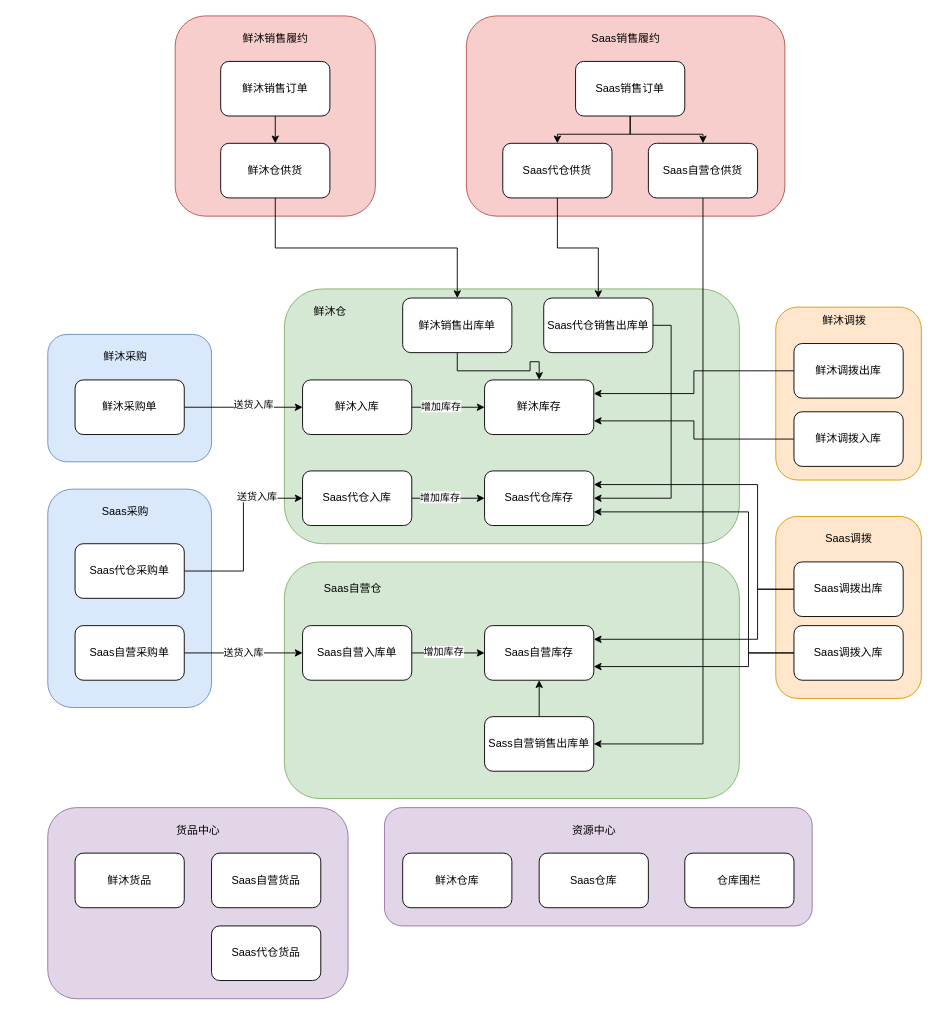
zzqfsy/zzqfsy.github.io keeps this draw.io diagram as draw.io/Saas化数据流.drawio. Above is the earlier version. Source tidied: cells renumbered, new cells numbered last; positions are measured from the earlier drawing's top-left corner, leaving out a move shared by most shapes. Both pictures are drawn from the tidied source at 91%, with x=0, y=0 at pixel (47, 15).
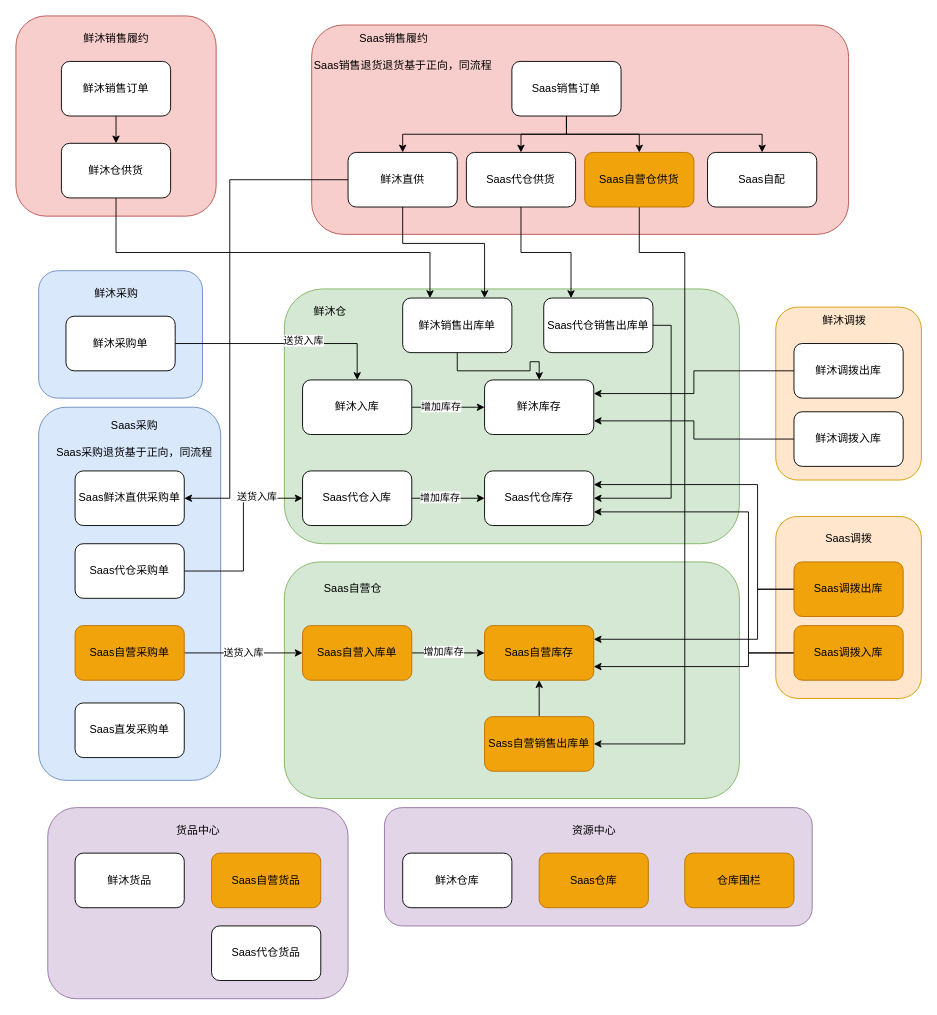
The same diagram, later.

Commit message (it also covers changes not shown here):
更新Saas化数据流.drawio

The change refers to these unchanged cells:
```xml
<mxCell id="29" value="鲜沐入库" style="rounded=1;whiteSpace=wrap;html=1;" parent="1" vertex="1">
  <mxGeometry x="280" y="400" width="120" height="60" as="geometry" />
</mxCell>
<mxCell id="71" value="Saas代仓销售出库单" style="rounded=1;whiteSpace=wrap;html=1;" parent="1" vertex="1">
  <mxGeometry x="545" y="310" width="120" height="60" as="geometry" />
</mxCell>
<mxCell id="73" value="鲜沐销售出库单" style="rounded=1;whiteSpace=wrap;html=1;" parent="1" vertex="1">
  <mxGeometry x="390" y="310" width="120" height="60" as="geometry" />
</mxCell>
```

The edit, as a diff of the source:
```diff
@@
     <mxCell id="3" style="rounded=1;whiteSpace=wrap;html=1;fillColor=#f8cecc;strokeColor=#b85450;" parent="1" vertex="1">
-      <mxGeometry x="460" width="350" height="220" as="geometry" />
+      <mxGeometry x="290" y="10" width="590" height="230" as="geometry" />
     </mxCell>
     <mxCell id="4" style="rounded=1;whiteSpace=wrap;html=1;fillColor=#f8cecc;strokeColor=#b85450;" parent="1" vertex="1">
-      <mxGeometry x="140" width="220" height="220" as="geometry" />
+      <mxGeometry x="-35" width="220" height="220" as="geometry" />
     </mxCell>
@@
     <mxCell id="9" style="rounded=1;whiteSpace=wrap;html=1;fillColor=#dae8fc;strokeColor=#6c8ebf;" parent="1" vertex="1">
-      <mxGeometry y="520" width="180" height="240" as="geometry" />
+      <mxGeometry x="-10" y="430" width="200" height="410" as="geometry" />
     </mxCell>
     <mxCell id="10" style="rounded=1;whiteSpace=wrap;html=1;fillColor=#dae8fc;strokeColor=#6c8ebf;" parent="1" vertex="1">
-      <mxGeometry y="350" width="180" height="140" as="geometry" />
+      <mxGeometry x="-10" y="280" width="180" height="140" as="geometry" />
     </mxCell>
@@
-    <mxCell id="14" value="Saas自营库存" style="rounded=1;whiteSpace=wrap;html=1;" parent="1" vertex="1">
+    <mxCell id="14" value="Saas自营库存" style="rounded=1;whiteSpace=wrap;html=1;fillColor=#f0a30a;fontColor=#000000;strokeColor=#BD7000;" parent="1" vertex="1">
       <mxGeometry x="480" y="670" width="120" height="60" as="geometry" />
     </mxCell>
@@
-    <mxCell id="17" style="edgeStyle=orthogonalEdgeStyle;rounded=0;jettySize=auto;html=1;exitX=1;exitY=0.5;exitDx=0;exitDy=0;" parent="1" edge="1" source="19">
-      <mxGeometry relative="1" as="geometry">
-        <mxPoint x="280" y="430" as="targetPoint" />
-      </mxGeometry>
+    <mxCell id="17" style="edgeStyle=orthogonalEdgeStyle;rounded=0;jettySize=auto;html=1;exitX=1;exitY=0.5;exitDx=0;exitDy=0;" parent="1" edge="1" source="19" target="29">
+      <mxGeometry relative="1" as="geometry" />
     </mxCell>
@@
     <mxCell id="19" value="鲜沐采购单" style="rounded=1;whiteSpace=wrap;html=1;" parent="1" vertex="1">
-      <mxGeometry x="30" y="400" width="120" height="60" as="geometry" />
+      <mxGeometry x="20" y="330" width="120" height="60" as="geometry" />
     </mxCell>
@@
-    <mxCell id="24" value="Saas自营采购单" style="rounded=1;whiteSpace=wrap;html=1;" parent="1" vertex="1">
+    <mxCell id="24" value="Saas自营采购单" style="rounded=1;whiteSpace=wrap;html=1;fillColor=#f0a30a;fontColor=#000000;strokeColor=#BD7000;" parent="1" vertex="1">
       <mxGeometry x="30" y="670" width="120" height="60" as="geometry" />
     </mxCell>
     <mxCell id="25" value="鲜沐采购" style="text;html=1;align=center;verticalAlign=middle;strokeColor=none;fillColor=none;" parent="1" vertex="1">
-      <mxGeometry x="50" y="360" width="70" height="30" as="geometry" />
+      <mxGeometry x="40" y="290" width="70" height="30" as="geometry" />
     </mxCell>
     <mxCell id="26" value="Saas采购" style="text;html=1;align=center;verticalAlign=middle;strokeColor=none;fillColor=none;" parent="1" vertex="1">
-      <mxGeometry x="50" y="530" width="70" height="30" as="geometry" />
+      <mxGeometry x="60" y="435" width="70" height="30" as="geometry" />
     </mxCell>
@@
-    <mxCell id="35" value="Saas自营入库单" style="rounded=1;whiteSpace=wrap;html=1;" parent="1" vertex="1">
+    <mxCell id="35" value="Saas自营入库单" style="rounded=1;whiteSpace=wrap;html=1;fillColor=#f0a30a;fontColor=#000000;strokeColor=#BD7000;" parent="1" vertex="1">
       <mxGeometry x="280" y="670" width="120" height="60" as="geometry" />
     </mxCell>
@@
-    <mxCell id="37" value="Saas自营货品" style="rounded=1;whiteSpace=wrap;html=1;" parent="1" vertex="1">
+    <mxCell id="37" value="Saas自营货品" style="rounded=1;whiteSpace=wrap;html=1;fillColor=#f0a30a;fontColor=#000000;strokeColor=#BD7000;" parent="1" vertex="1">
       <mxGeometry x="180" y="920" width="120" height="60" as="geometry" />
     </mxCell>
@@
-    <mxCell id="40" value="Saas仓库" style="rounded=1;whiteSpace=wrap;html=1;" parent="1" vertex="1">
+    <mxCell id="40" value="Saas仓库" style="rounded=1;whiteSpace=wrap;html=1;fillColor=#f0a30a;fontColor=#000000;strokeColor=#BD7000;" parent="1" vertex="1">
       <mxGeometry x="540" y="920" width="120" height="60" as="geometry" />
     </mxCell>
@@
-    <mxCell id="42" value="仓库围栏" style="rounded=1;whiteSpace=wrap;html=1;" parent="1" vertex="1">
+    <mxCell id="42" value="仓库围栏" style="rounded=1;whiteSpace=wrap;html=1;fillColor=#f0a30a;fontColor=#000000;strokeColor=#BD7000;" parent="1" vertex="1">
       <mxGeometry x="700" y="920" width="120" height="60" as="geometry" />
     </mxCell>
@@
-    <mxCell id="45" value="Saas调拨出库" style="rounded=1;whiteSpace=wrap;html=1;" parent="1" vertex="1">
+    <mxCell id="45" value="Saas调拨出库" style="rounded=1;whiteSpace=wrap;html=1;fillColor=#f0a30a;fontColor=#000000;strokeColor=#BD7000;" parent="1" vertex="1">
       <mxGeometry x="820" y="600" width="120" height="60" as="geometry" />
     </mxCell>
@@
-    <mxCell id="48" value="Saas调拨入库" style="rounded=1;whiteSpace=wrap;html=1;" parent="1" vertex="1">
+    <mxCell id="48" value="Saas调拨入库" style="rounded=1;whiteSpace=wrap;html=1;fillColor=#f0a30a;fontColor=#000000;strokeColor=#BD7000;" parent="1" vertex="1">
       <mxGeometry x="820" y="670" width="120" height="60" as="geometry" />
     </mxCell>
@@
     <mxCell id="56" value="鲜沐销售订单" style="rounded=1;whiteSpace=wrap;html=1;" parent="1" vertex="1">
-      <mxGeometry x="190" y="50" width="120" height="60" as="geometry" />
+      <mxGeometry x="15" y="50" width="120" height="60" as="geometry" />
     </mxCell>
@@
+    <mxCell id="75" style="edgeStyle=orthogonalEdgeStyle;rounded=0;jettySize=auto;html=1;exitX=0.5;exitY=1;exitDx=0;exitDy=0;" parent="1" edge="1" source="59" target="81">
+      <mxGeometry relative="1" as="geometry" />
+    </mxCell>
+    <mxCell id="76" style="edgeStyle=orthogonalEdgeStyle;rounded=0;jettySize=auto;html=1;exitX=0.5;exitY=1;exitDx=0;exitDy=0;" parent="1" edge="1" source="59" target="82">
+      <mxGeometry relative="1" as="geometry" />
+    </mxCell>
     <mxCell id="59" value="Saas销售订单" style="rounded=1;whiteSpace=wrap;html=1;" parent="1" vertex="1">
-      <mxGeometry x="580" y="50" width="120" height="60" as="geometry" />
+      <mxGeometry x="510" y="50" width="120" height="60" as="geometry" />
     </mxCell>
-    <mxCell id="60" style="edgeStyle=orthogonalEdgeStyle;rounded=0;jettySize=auto;html=1;exitX=0.5;exitY=1;exitDx=0;exitDy=0;" parent="1" edge="1" source="61" target="71">
+    <mxCell id="60" style="edgeStyle=orthogonalEdgeStyle;rounded=0;jettySize=auto;html=1;exitX=0.5;exitY=1;exitDx=0;exitDy=0;entryX=0.25;entryY=0;entryDx=0;entryDy=0;" parent="1" edge="1" source="61" target="71">
       <mxGeometry relative="1" as="geometry" />
     </mxCell>
     <mxCell id="61" value="Saas代仓供货" style="rounded=1;whiteSpace=wrap;html=1;" parent="1" vertex="1">
-      <mxGeometry x="500" y="140" width="120" height="60" as="geometry" />
+      <mxGeometry x="460" y="150" width="120" height="60" as="geometry" />
     </mxCell>
-    <mxCell id="62" style="edgeStyle=orthogonalEdgeStyle;rounded=0;jettySize=auto;html=1;exitX=0.5;exitY=1;exitDx=0;exitDy=0;" parent="1" edge="1" source="63" target="73">
-      <mxGeometry relative="1" as="geometry" />
+    <mxCell id="62" style="edgeStyle=orthogonalEdgeStyle;rounded=0;jettySize=auto;html=1;exitX=0.5;exitY=1;exitDx=0;exitDy=0;entryX=0.25;entryY=0;entryDx=0;entryDy=0;" parent="1" edge="1" source="63" target="73">
+      <mxGeometry relative="1" as="geometry">
+        <Array as="points">
+          <mxPoint x="75" y="260" />
+          <mxPoint x="420" y="260" />
+        </Array>
+      </mxGeometry>
     </mxCell>
     <mxCell id="63" value="鲜沐仓供货" style="rounded=1;whiteSpace=wrap;html=1;" parent="1" vertex="1">
-      <mxGeometry x="190" y="140" width="120" height="60" as="geometry" />
+      <mxGeometry x="15" y="140" width="120" height="60" as="geometry" />
     </mxCell>
     <mxCell id="64" style="edgeStyle=orthogonalEdgeStyle;rounded=0;jettySize=auto;html=1;exitX=0.5;exitY=1;exitDx=0;exitDy=0;entryX=1;entryY=0.5;entryDx=0;entryDy=0;" parent="1" edge="1" source="65" target="69">
-      <mxGeometry relative="1" as="geometry" />
+      <mxGeometry relative="1" as="geometry">
+        <Array as="points">
+          <mxPoint x="650" y="260" />
+          <mxPoint x="700" y="260" />
+          <mxPoint x="700" y="800" />
+        </Array>
+      </mxGeometry>
     </mxCell>
-    <mxCell id="65" value="Saas自营仓供货" style="rounded=1;whiteSpace=wrap;html=1;" parent="1" vertex="1">
-      <mxGeometry x="660" y="140" width="120" height="60" as="geometry" />
+    <mxCell id="65" value="Saas自营仓供货" style="rounded=1;whiteSpace=wrap;html=1;fillColor=#f0a30a;fontColor=#000000;strokeColor=#BD7000;" parent="1" vertex="1">
+      <mxGeometry x="590" y="150" width="120" height="60" as="geometry" />
     </mxCell>
     <mxCell id="66" value="鲜沐销售履约" style="text;html=1;align=center;verticalAlign=middle;strokeColor=none;fillColor=none;" parent="1" vertex="1">
-      <mxGeometry x="200" y="10" width="100" height="30" as="geometry" />
+      <mxGeometry x="25" y="10" width="100" height="30" as="geometry" />
     </mxCell>
     <mxCell id="67" value="Saas销售履约" style="text;html=1;align=center;verticalAlign=middle;strokeColor=none;fillColor=none;" parent="1" vertex="1">
-      <mxGeometry x="585" y="10" width="100" height="30" as="geometry" />
+      <mxGeometry x="330" y="10" width="100" height="30" as="geometry" />
     </mxCell>
@@
-    <mxCell id="69" value="Sass自营销售出库单" style="rounded=1;whiteSpace=wrap;html=1;" parent="1" vertex="1">
+    <mxCell id="69" value="Sass自营销售出库单" style="rounded=1;whiteSpace=wrap;html=1;fillColor=#f0a30a;fontColor=#000000;strokeColor=#BD7000;" parent="1" vertex="1">
       <mxGeometry x="480" y="770" width="120" height="60" as="geometry" />
     </mxCell>
@@
+    <mxCell id="77" value="Saas直发采购单" style="rounded=1;whiteSpace=wrap;html=1;" parent="1" vertex="1">
+      <mxGeometry x="30" y="755" width="120" height="60" as="geometry" />
+    </mxCell>
+    <mxCell id="78" value="Saas鲜沐直供采购单" style="rounded=1;whiteSpace=wrap;html=1;" parent="1" vertex="1">
+      <mxGeometry x="30" y="500" width="120" height="60" as="geometry" />
+    </mxCell>
+    <mxCell id="79" style="edgeStyle=orthogonalEdgeStyle;rounded=0;jettySize=auto;html=1;exitX=0.5;exitY=1;exitDx=0;exitDy=0;entryX=0.75;entryY=0;entryDx=0;entryDy=0;" parent="1" edge="1" source="81" target="73">
+      <mxGeometry relative="1" as="geometry">
+        <Array as="points">
+          <mxPoint x="390" y="250" />
+          <mxPoint x="480" y="250" />
+        </Array>
+      </mxGeometry>
+    </mxCell>
+    <mxCell id="80" style="edgeStyle=orthogonalEdgeStyle;rounded=0;jettySize=auto;html=1;exitX=0;exitY=0.5;exitDx=0;exitDy=0;entryX=1;entryY=0.5;entryDx=0;entryDy=0;" parent="1" edge="1" source="81" target="78">
+      <mxGeometry relative="1" as="geometry">
+        <Array as="points">
+          <mxPoint x="200" y="180" />
+          <mxPoint x="200" y="530" />
+        </Array>
+      </mxGeometry>
+    </mxCell>
+    <mxCell id="81" value="鲜沐直供" style="rounded=1;whiteSpace=wrap;html=1;" parent="1" vertex="1">
+      <mxGeometry x="330" y="150" width="120" height="60" as="geometry" />
+    </mxCell>
+    <mxCell id="82" value="Saas自配" style="rounded=1;whiteSpace=wrap;html=1;" parent="1" vertex="1">
+      <mxGeometry x="725" y="150" width="120" height="60" as="geometry" />
+    </mxCell>
+    <mxCell id="83" value="Saas采购退货基于正向，同流程" style="text;html=1;align=center;verticalAlign=middle;strokeColor=none;fillColor=none;" parent="1" vertex="1">
+      <mxGeometry y="465" width="190" height="30" as="geometry" />
+    </mxCell>
+    <mxCell id="84" value="Saas销售退货退货基于正向，同流程" style="text;html=1;align=center;verticalAlign=middle;strokeColor=none;fillColor=none;" parent="1" vertex="1">
+      <mxGeometry x="280" y="40" width="220" height="30" as="geometry" />
+    </mxCell>
```
